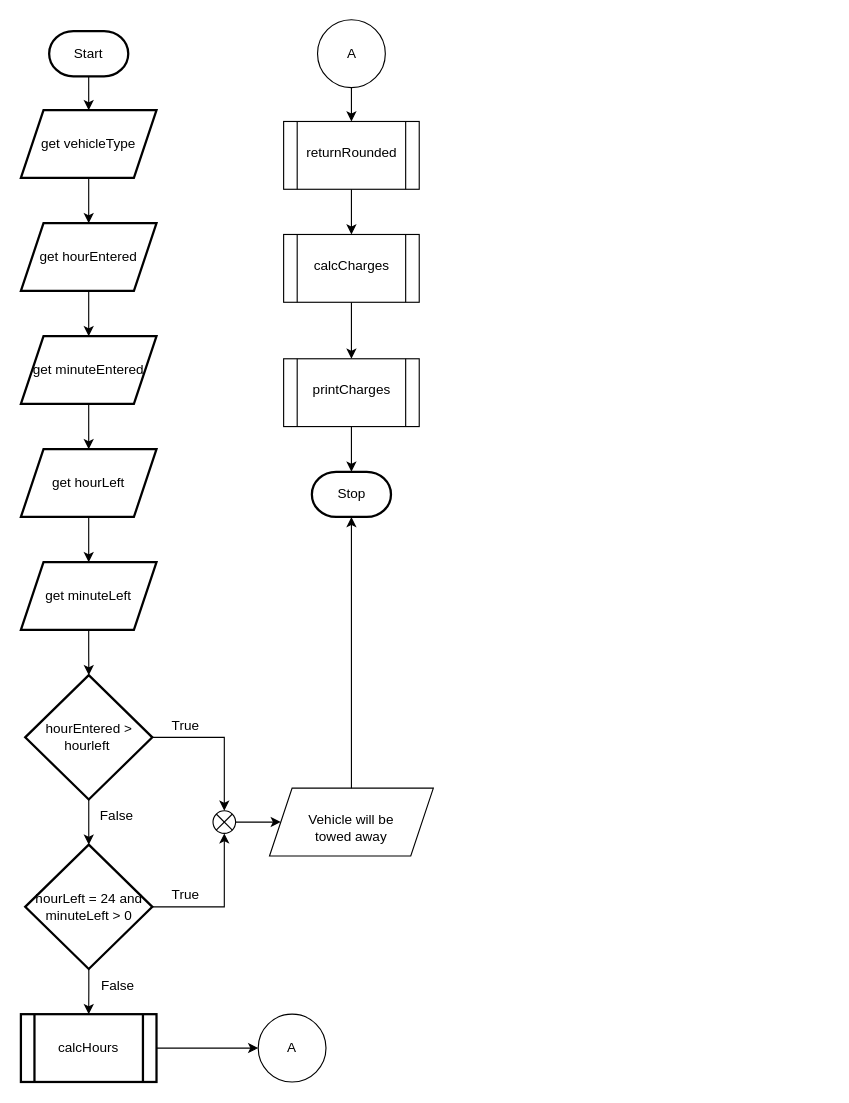
The draw.io diagram page "Page-1" (1 of 3) of parking_fee.drawio in Jebbxrs/c_proj, before the edit. Source tidied: cells renumbered, new cells numbered last; positions are measured from the earlier drawing's top-left corner, leaving out a move shared by most shapes. Both pictures are drawn from the tidied source at 113%, with x=0, y=0 at pixel (20, 19).
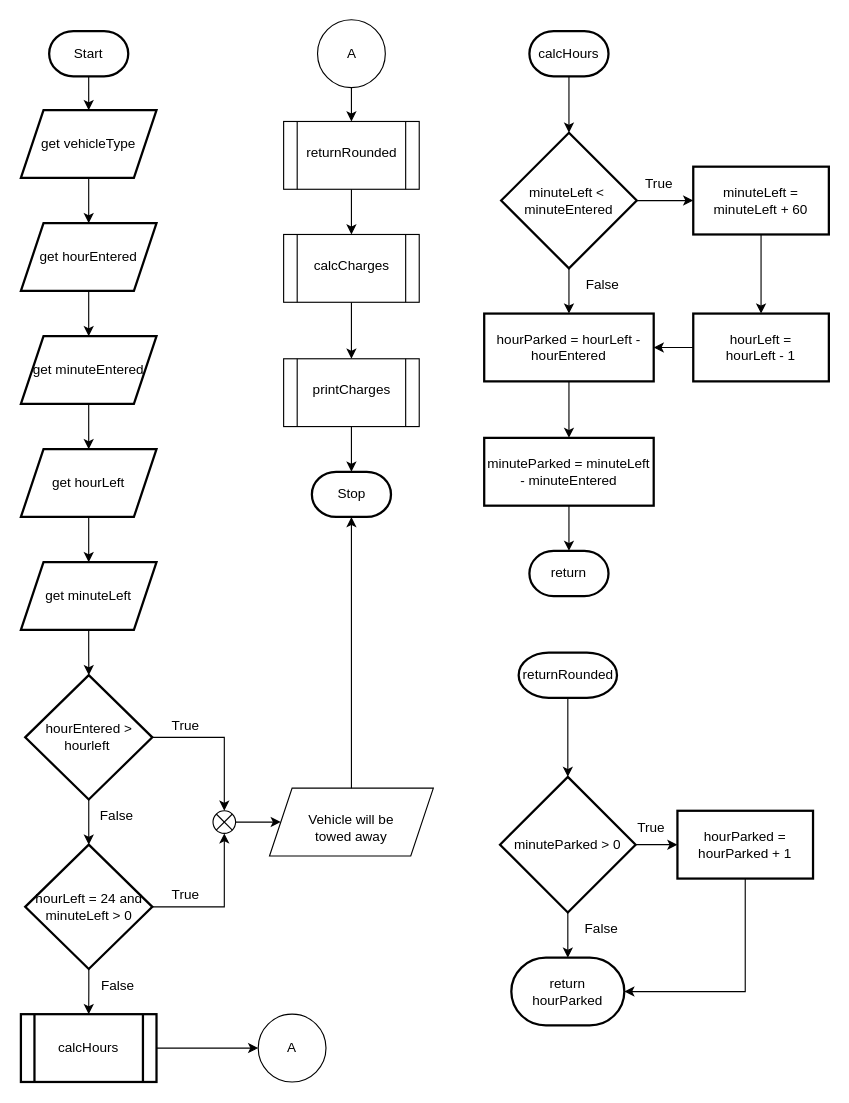
The same diagram, later.

Diff of the diagram source:
```diff
@@
+    <mxCell id="42" style="edgeStyle=orthogonalEdgeStyle;rounded=0;jettySize=auto;html=1;" parent="1" edge="1" source="43" target="46">
+      <mxGeometry relative="1" as="geometry" />
+    </mxCell>
+    <mxCell id="43" value="calcHours" style="strokeWidth=2;html=1;shape=mxgraph.flowchart.terminator;whiteSpace=wrap;" parent="1" vertex="1">
+      <mxGeometry x="450" y="10" width="70" height="40" as="geometry" />
+    </mxCell>
+    <mxCell id="44" style="edgeStyle=orthogonalEdgeStyle;rounded=0;jettySize=auto;html=1;" parent="1" edge="1" source="46" target="48">
+      <mxGeometry relative="1" as="geometry" />
+    </mxCell>
+    <mxCell id="45" style="edgeStyle=orthogonalEdgeStyle;rounded=0;jettySize=auto;html=1;" parent="1" edge="1" source="46" target="52">
+      <mxGeometry relative="1" as="geometry" />
+    </mxCell>
+    <mxCell id="46" value="minuteLeft &amp;lt;&amp;nbsp;&lt;br&gt;minuteEntered" style="rhombus;whiteSpace=wrap;html=1;strokeWidth=2;" parent="1" vertex="1">
+      <mxGeometry x="425" y="100" width="120" height="120" as="geometry" />
+    </mxCell>
+    <mxCell id="47" style="edgeStyle=orthogonalEdgeStyle;rounded=0;jettySize=auto;html=1;" parent="1" edge="1" source="48" target="50">
+      <mxGeometry relative="1" as="geometry" />
+    </mxCell>
+    <mxCell id="48" value="minuteLeft = minuteLeft + 60" style="whiteSpace=wrap;html=1;strokeWidth=2;" parent="1" vertex="1">
+      <mxGeometry x="595" y="130" width="120" height="60" as="geometry" />
+    </mxCell>
+    <mxCell id="49" style="edgeStyle=orthogonalEdgeStyle;rounded=0;jettySize=auto;html=1;" parent="1" edge="1" source="50" target="52">
+      <mxGeometry relative="1" as="geometry" />
+    </mxCell>
+    <mxCell id="50" value="hourLeft = &lt;br&gt;hourLeft - 1" style="whiteSpace=wrap;html=1;strokeWidth=2;" parent="1" vertex="1">
+      <mxGeometry x="595" y="260" width="120" height="60" as="geometry" />
+    </mxCell>
+    <mxCell id="51" style="edgeStyle=orthogonalEdgeStyle;rounded=0;jettySize=auto;html=1;" parent="1" edge="1" source="52" target="54">
+      <mxGeometry relative="1" as="geometry" />
+    </mxCell>
+    <mxCell id="52" value="hourParked = hourLeft - hourEntered" style="whiteSpace=wrap;html=1;strokeWidth=2;" parent="1" vertex="1">
+      <mxGeometry x="410" y="260" width="150" height="60" as="geometry" />
+    </mxCell>
+    <mxCell id="53" style="edgeStyle=orthogonalEdgeStyle;rounded=0;jettySize=auto;html=1;" parent="1" edge="1" source="54" target="55">
+      <mxGeometry relative="1" as="geometry" />
+    </mxCell>
+    <mxCell id="54" value="minuteParked = minuteLeft - minuteEntered" style="whiteSpace=wrap;html=1;strokeWidth=2;" parent="1" vertex="1">
+      <mxGeometry x="410" y="370" width="150" height="60" as="geometry" />
+    </mxCell>
+    <mxCell id="55" value="return" style="strokeWidth=2;html=1;shape=mxgraph.flowchart.terminator;whiteSpace=wrap;" parent="1" vertex="1">
+      <mxGeometry x="450" y="470" width="70" height="40" as="geometry" />
+    </mxCell>
+    <mxCell id="56" value="True" style="text;html=1;strokeColor=none;fillColor=none;align=center;verticalAlign=middle;whiteSpace=wrap;rounded=0;" parent="1" vertex="1">
+      <mxGeometry x="535" y="130" width="60" height="30" as="geometry" />
+    </mxCell>
+    <mxCell id="57" value="False" style="text;html=1;strokeColor=none;fillColor=none;align=center;verticalAlign=middle;whiteSpace=wrap;rounded=0;" parent="1" vertex="1">
+      <mxGeometry x="485" y="220" width="60" height="30" as="geometry" />
+    </mxCell>
+    <mxCell id="58" style="edgeStyle=orthogonalEdgeStyle;rounded=0;jettySize=auto;html=1;" parent="1" edge="1" source="59" target="62">
+      <mxGeometry relative="1" as="geometry" />
+    </mxCell>
+    <mxCell id="59" value="returnRounded" style="strokeWidth=2;html=1;shape=mxgraph.flowchart.terminator;whiteSpace=wrap;" parent="1" vertex="1">
+      <mxGeometry x="440.5" y="560" width="87" height="40" as="geometry" />
+    </mxCell>
+    <mxCell id="60" style="edgeStyle=orthogonalEdgeStyle;rounded=0;jettySize=auto;html=1;" parent="1" edge="1" source="62" target="64">
+      <mxGeometry relative="1" as="geometry" />
+    </mxCell>
+    <mxCell id="61" style="edgeStyle=orthogonalEdgeStyle;rounded=0;jettySize=auto;html=1;" parent="1" edge="1" source="62">
+      <mxGeometry relative="1" as="geometry">
+        <mxPoint x="484" y="830" as="targetPoint" />
+      </mxGeometry>
+    </mxCell>
+    <mxCell id="62" value="minuteParked &amp;gt; 0" style="rhombus;whiteSpace=wrap;html=1;strokeWidth=2;" parent="1" vertex="1">
+      <mxGeometry x="424" y="670" width="120" height="120" as="geometry" />
+    </mxCell>
+    <mxCell id="63" style="edgeStyle=orthogonalEdgeStyle;rounded=0;jettySize=auto;html=1;entryX=1;entryY=0.5;entryDx=0;entryDy=0;entryPerimeter=0;" parent="1" edge="1" source="64" target="65">
+      <mxGeometry relative="1" as="geometry">
+        <Array as="points">
+          <mxPoint x="641" y="860" />
+        </Array>
+      </mxGeometry>
+    </mxCell>
+    <mxCell id="64" value="hourParked = hourParked + 1" style="whiteSpace=wrap;html=1;strokeWidth=2;" parent="1" vertex="1">
+      <mxGeometry x="581" y="700" width="120" height="60" as="geometry" />
+    </mxCell>
+    <mxCell id="65" value="return &lt;br&gt;hourParked" style="strokeWidth=2;html=1;shape=mxgraph.flowchart.terminator;whiteSpace=wrap;" parent="1" vertex="1">
+      <mxGeometry x="434" y="830" width="100" height="60" as="geometry" />
+    </mxCell>
+    <mxCell id="66" value="True" style="text;html=1;strokeColor=none;fillColor=none;align=center;verticalAlign=middle;whiteSpace=wrap;rounded=0;" parent="1" vertex="1">
+      <mxGeometry x="527.5" y="700" width="60" height="30" as="geometry" />
+    </mxCell>
+    <mxCell id="67" value="False" style="text;html=1;strokeColor=none;fillColor=none;align=center;verticalAlign=middle;whiteSpace=wrap;rounded=0;" parent="1" vertex="1">
+      <mxGeometry x="484" y="790" width="60" height="30" as="geometry" />
+    </mxCell>
```
